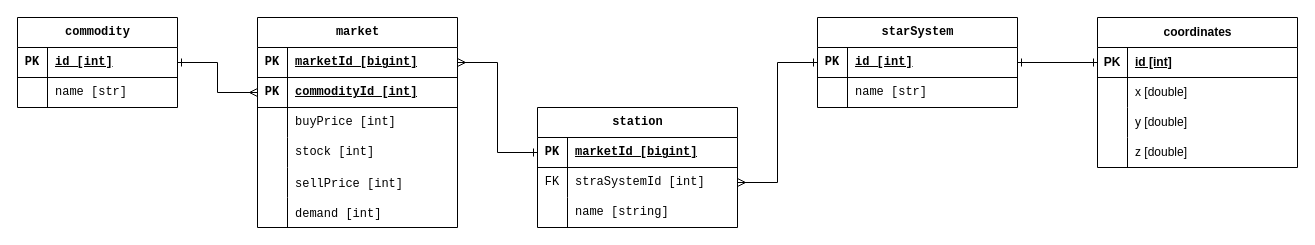
The draw.io diagram diagrams/databasePython.drawio in jixxed/edpn-backend, before the edit. Source tidied: cells renumbered, new cells numbered last; positions are measured from the earlier drawing's top-left corner, leaving out a move shared by most shapes. Both pictures are drawn from the tidied source at 100%, with x=0, y=0 at pixel (17, 17).
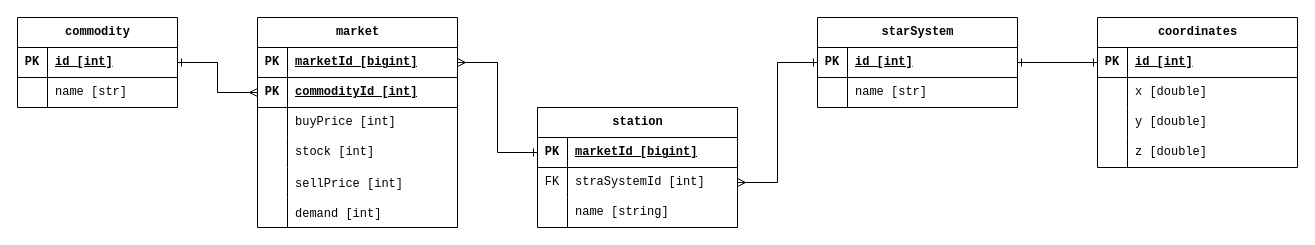
The same diagram, later.

Commit message (it also covers changes not shown here):
database class update

The change refers to these unchanged cells:
```xml
<mxCell id="14" style="shape=tableRow;horizontal=0;startSize=0;swimlaneHead=0;swimlaneBody=0;fillColor=none;points=[[0,0.5],[1,0.5]];portConstraint=eastwest;top=0;left=0;right=0;bottom=1;rounded=0;fontFamily=Consolas;labelBackgroundColor=none;" parent="13" vertex="1">
  <mxGeometry y="30" width="200" height="30" as="geometry" />
</mxCell>
```

Change to the diagram source:
```diff
@@
-    <mxCell id="48" value="coordinates" style="shape=table;startSize=30;childLayout=tableLayout;rowLines=0;fontStyle=1;align=center;html=1;" parent="1" vertex="1">
+    <mxCell id="48" value="coordinates" style="shape=table;startSize=30;childLayout=tableLayout;rowLines=0;fontStyle=1;align=center;html=1;fontFamily=Consolas;" parent="1" vertex="1">
       <mxGeometry x="1080" width="200" height="150" as="geometry" />
     </mxCell>
-    <mxCell id="49" style="shape=tableRow;horizontal=0;startSize=0;swimlaneHead=0;swimlaneBody=0;fillColor=none;points=[[0,0.5],[1,0.5]];portConstraint=eastwest;top=0;left=0;right=0;bottom=1;" parent="48" vertex="1">
+    <mxCell id="49" style="shape=tableRow;horizontal=0;startSize=0;swimlaneHead=0;swimlaneBody=0;fillColor=none;points=[[0,0.5],[1,0.5]];portConstraint=eastwest;top=0;left=0;right=0;bottom=1;fontFamily=Consolas;" parent="48" vertex="1">
       <mxGeometry y="30" width="200" height="30" as="geometry" />
     </mxCell>
-    <mxCell id="50" value="PK" style="shape=partialRectangle;fillColor=none;top=0;left=0;bottom=0;right=0;fontStyle=1;overflow=hidden;whiteSpace=wrap;html=1;" parent="49" vertex="1">
+    <mxCell id="50" value="PK" style="shape=partialRectangle;fillColor=none;top=0;left=0;bottom=0;right=0;fontStyle=1;overflow=hidden;whiteSpace=wrap;html=1;fontFamily=Consolas;" parent="49" vertex="1">
       <mxGeometry width="30" height="30" as="geometry" />
     </mxCell>
-    <mxCell id="51" value="id [int]" style="shape=partialRectangle;fillColor=none;top=0;left=0;bottom=0;right=0;align=left;spacingLeft=6;fontStyle=5;overflow=hidden;whiteSpace=wrap;html=1;" parent="49" vertex="1">
+    <mxCell id="51" value="id [int]" style="shape=partialRectangle;fillColor=none;top=0;left=0;bottom=0;right=0;align=left;spacingLeft=6;fontStyle=5;overflow=hidden;whiteSpace=wrap;html=1;fontFamily=Consolas;" parent="49" vertex="1">
       <mxGeometry x="30" width="170" height="30" as="geometry" />
     </mxCell>
-    <mxCell id="52" style="shape=tableRow;horizontal=0;startSize=0;swimlaneHead=0;swimlaneBody=0;fillColor=none;top=0;left=0;right=0;bottom=0;" parent="48" vertex="1">
+    <mxCell id="52" style="shape=tableRow;horizontal=0;startSize=0;swimlaneHead=0;swimlaneBody=0;fillColor=none;top=0;left=0;right=0;bottom=0;fontFamily=Consolas;" parent="48" vertex="1">
       <mxGeometry y="60" width="200" height="30" as="geometry" />
     </mxCell>
-    <mxCell id="53" style="shape=partialRectangle;fillColor=none;top=0;left=0;bottom=0;right=0;overflow=hidden;whiteSpace=wrap;html=1;" parent="52" vertex="1">
+    <mxCell id="53" style="shape=partialRectangle;fillColor=none;top=0;left=0;bottom=0;right=0;overflow=hidden;whiteSpace=wrap;html=1;fontFamily=Consolas;" parent="52" vertex="1">
       <mxGeometry width="30" height="30" as="geometry" />
     </mxCell>
-    <mxCell id="54" value="x [double]" style="shape=partialRectangle;fillColor=none;top=0;left=0;bottom=0;right=0;align=left;spacingLeft=6;overflow=hidden;whiteSpace=wrap;html=1;" parent="52" vertex="1">
+    <mxCell id="54" value="x [double]" style="shape=partialRectangle;fillColor=none;top=0;left=0;bottom=0;right=0;align=left;spacingLeft=6;overflow=hidden;whiteSpace=wrap;html=1;fontFamily=Consolas;" parent="52" vertex="1">
       <mxGeometry x="30" width="170" height="30" as="geometry" />
     </mxCell>
-    <mxCell id="55" style="shape=tableRow;horizontal=0;startSize=0;swimlaneHead=0;swimlaneBody=0;fillColor=none;top=0;left=0;right=0;bottom=0;" parent="48" vertex="1">
+    <mxCell id="55" style="shape=tableRow;horizontal=0;startSize=0;swimlaneHead=0;swimlaneBody=0;fillColor=none;top=0;left=0;right=0;bottom=0;fontFamily=Consolas;" parent="48" vertex="1">
       <mxGeometry y="90" width="200" height="30" as="geometry" />
     </mxCell>
-    <mxCell id="56" style="shape=partialRectangle;fillColor=none;top=0;left=0;bottom=0;right=0;overflow=hidden;whiteSpace=wrap;html=1;" parent="55" vertex="1">
+    <mxCell id="56" style="shape=partialRectangle;fillColor=none;top=0;left=0;bottom=0;right=0;overflow=hidden;whiteSpace=wrap;html=1;fontFamily=Consolas;" parent="55" vertex="1">
       <mxGeometry width="30" height="30" as="geometry" />
     </mxCell>
-    <mxCell id="57" value="y [double]" style="shape=partialRectangle;fillColor=none;top=0;left=0;bottom=0;right=0;align=left;spacingLeft=6;overflow=hidden;whiteSpace=wrap;html=1;" parent="55" vertex="1">
+    <mxCell id="57" value="y [double]" style="shape=partialRectangle;fillColor=none;top=0;left=0;bottom=0;right=0;align=left;spacingLeft=6;overflow=hidden;whiteSpace=wrap;html=1;fontFamily=Consolas;" parent="55" vertex="1">
       <mxGeometry x="30" width="170" height="30" as="geometry" />
     </mxCell>
-    <mxCell id="58" style="shape=tableRow;horizontal=0;startSize=0;swimlaneHead=0;swimlaneBody=0;fillColor=none;top=0;left=0;right=0;bottom=0;" parent="48" vertex="1">
+    <mxCell id="58" style="shape=tableRow;horizontal=0;startSize=0;swimlaneHead=0;swimlaneBody=0;fillColor=none;top=0;left=0;right=0;bottom=0;fontFamily=Consolas;" parent="48" vertex="1">
       <mxGeometry y="120" width="200" height="30" as="geometry" />
     </mxCell>
-    <mxCell id="59" style="shape=partialRectangle;fillColor=none;top=0;left=0;bottom=0;right=0;overflow=hidden;whiteSpace=wrap;html=1;" parent="58" vertex="1">
+    <mxCell id="59" style="shape=partialRectangle;fillColor=none;top=0;left=0;bottom=0;right=0;overflow=hidden;whiteSpace=wrap;html=1;fontFamily=Consolas;" parent="58" vertex="1">
       <mxGeometry width="30" height="30" as="geometry" />
     </mxCell>
-    <mxCell id="60" value="z [double]" style="shape=partialRectangle;fillColor=none;top=0;left=0;bottom=0;right=0;align=left;spacingLeft=6;overflow=hidden;whiteSpace=wrap;html=1;" parent="58" vertex="1">
+    <mxCell id="60" value="z [double]" style="shape=partialRectangle;fillColor=none;top=0;left=0;bottom=0;right=0;align=left;spacingLeft=6;overflow=hidden;whiteSpace=wrap;html=1;fontFamily=Consolas;" parent="58" vertex="1">
       <mxGeometry x="30" width="170" height="30" as="geometry" />
     </mxCell>
-    <mxCell id="61" style="edgeStyle=orthogonalEdgeStyle;rounded=0;jettySize=auto;html=1;exitX=1;exitY=0.5;exitDx=0;exitDy=0;entryX=0;entryY=0.5;entryDx=0;entryDy=0;startArrow=ERone;startFill=0;endArrow=ERone;endFill=0;" parent="1" edge="1" source="14" target="49">
+    <mxCell id="61" style="edgeStyle=orthogonalEdgeStyle;rounded=0;jettySize=auto;html=1;exitX=1;exitY=0.5;exitDx=0;exitDy=0;entryX=0;entryY=0.5;entryDx=0;entryDy=0;startArrow=ERone;startFill=0;endArrow=ERone;endFill=0;fontFamily=Consolas;" parent="1" edge="1" source="14" target="49">
       <mxGeometry relative="1" as="geometry" />
     </mxCell>
```
